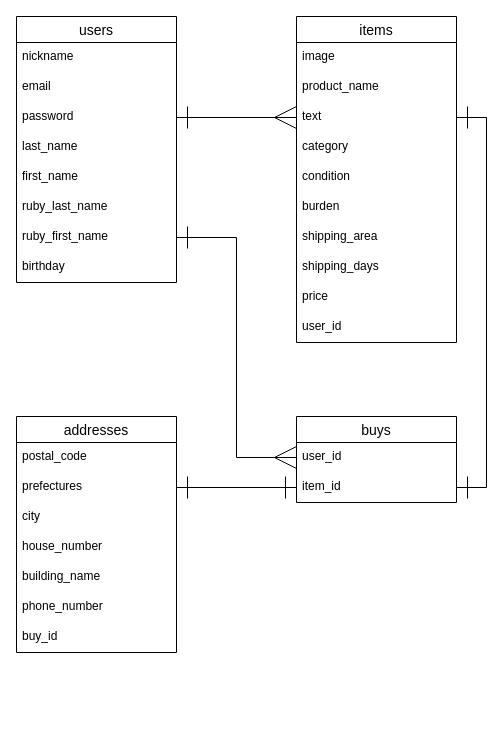
This is ER.dio from takuya-kun/furima-34798, a draw.io file, before an edit. Source tidied: cells renumbered, new cells numbered last; positions are measured from the earlier drawing's top-left corner, leaving out a move shared by most shapes. Both pictures are drawn from the tidied source at 100%, with x=0, y=0 at pixel (16, 16).
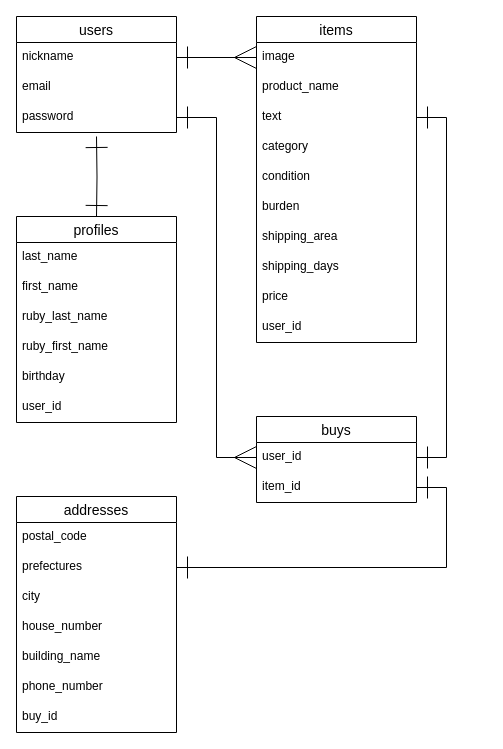
After the change.

Commit message (it also covers changes not shown here):
READMEにデータベース設計を記述

Unchanged cells that the change refers to:
```xml
<mxCell id="3" value="nickname" style="text;strokeColor=none;fillColor=none;spacingLeft=4;spacingRight=4;overflow=hidden;points=[[0,0.5],[1,0.5]];portConstraint=eastwest;fontSize=12;" parent="2" vertex="1">
  <mxGeometry y="26" width="160" height="30" as="geometry" />
</mxCell>
<mxCell id="5" value="password" style="text;strokeColor=none;fillColor=none;spacingLeft=4;spacingRight=4;overflow=hidden;points=[[0,0.5],[1,0.5]];portConstraint=eastwest;fontSize=12;" parent="2" vertex="1">
  <mxGeometry y="86" width="160" height="30" as="geometry" />
</mxCell>
<mxCell id="12" value="image" style="text;strokeColor=none;fillColor=none;spacingLeft=4;spacingRight=4;overflow=hidden;points=[[0,0.5],[1,0.5]];portConstraint=eastwest;fontSize=12;" parent="11" vertex="1">
  <mxGeometry y="26" width="160" height="30" as="geometry" />
</mxCell>
<mxCell id="14" value="text" style="text;strokeColor=none;fillColor=none;spacingLeft=4;spacingRight=4;overflow=hidden;points=[[0,0.5],[1,0.5]];portConstraint=eastwest;fontSize=12;" parent="11" vertex="1">
  <mxGeometry y="86" width="160" height="30" as="geometry" />
</mxCell>
<mxCell id="24" value="prefectures" style="text;strokeColor=none;fillColor=none;spacingLeft=4;spacingRight=4;overflow=hidden;points=[[0,0.5],[1,0.5]];portConstraint=eastwest;fontSize=12;" parent="22" vertex="1">
  <mxGeometry y="56" width="160" height="30" as="geometry" />
</mxCell>
<mxCell id="32" value="user_id" style="text;strokeColor=none;fillColor=none;spacingLeft=4;spacingRight=4;overflow=hidden;points=[[0,0.5],[1,0.5]];portConstraint=eastwest;fontSize=12;" parent="31" vertex="1">
  <mxGeometry y="26" width="160" height="30" as="geometry" />
</mxCell>
<mxCell id="33" value="item_id" style="text;strokeColor=none;fillColor=none;spacingLeft=4;spacingRight=4;overflow=hidden;points=[[0,0.5],[1,0.5]];portConstraint=eastwest;fontSize=12;" parent="31" vertex="1">
  <mxGeometry y="56" width="160" height="30" as="geometry" />
</mxCell>
```

Diff of the diagram source:
```diff
@@
     <mxCell id="2" value="users" style="swimlane;fontStyle=0;horizontal=1;startSize=26;align=center;fontSize=14;" parent="1" vertex="1">
-      <mxGeometry width="160" height="266" as="geometry" />
+      <mxGeometry width="160" height="116" as="geometry" />
     </mxCell>
@@
-    <mxCell id="6" value="last_name" style="text;strokeColor=none;fillColor=none;spacingLeft=4;spacingRight=4;overflow=hidden;fontSize=12;" parent="2" vertex="1">
-      <mxGeometry y="116" width="160" height="30" as="geometry" />
-    </mxCell>
-    <mxCell id="7" value="first_name" style="text;strokeColor=none;fillColor=none;spacingLeft=4;spacingRight=4;overflow=hidden;fontSize=12;" parent="2" vertex="1">
-      <mxGeometry y="146" width="160" height="30" as="geometry" />
-    </mxCell>
-    <mxCell id="8" value="ruby_last_name" style="text;strokeColor=none;fillColor=none;spacingLeft=4;spacingRight=4;overflow=hidden;fontSize=12;" parent="2" vertex="1">
-      <mxGeometry y="176" width="160" height="30" as="geometry" />
-    </mxCell>
-    <mxCell id="9" value="ruby_first_name" style="text;strokeColor=none;fillColor=none;spacingLeft=4;spacingRight=4;overflow=hidden;points=[[0,0.5],[1,0.5]];portConstraint=eastwest;fontSize=12;" parent="2" vertex="1">
-      <mxGeometry y="206" width="160" height="30" as="geometry" />
-    </mxCell>
-    <mxCell id="10" value="birthday" style="text;strokeColor=none;fillColor=none;spacingLeft=4;spacingRight=4;overflow=hidden;fontSize=12;" parent="2" vertex="1">
-      <mxGeometry y="236" width="160" height="30" as="geometry" />
-    </mxCell>
     <mxCell id="11" value="items" style="swimlane;fontStyle=0;horizontal=1;startSize=26;align=center;fontSize=14;" parent="1" vertex="1">
-      <mxGeometry x="280" width="160" height="326" as="geometry" />
+      <mxGeometry x="240" width="160" height="326" as="geometry" />
     </mxCell>
@@
     <mxCell id="22" value="addresses" style="swimlane;fontStyle=0;horizontal=1;startSize=26;align=center;fontSize=14;" parent="1" vertex="1">
-      <mxGeometry y="400" width="160" height="236" as="geometry" />
+      <mxGeometry y="480" width="160" height="236" as="geometry" />
     </mxCell>
@@
-    <mxCell id="30" style="edgeStyle=orthogonalEdgeStyle;rounded=0;jettySize=auto;html=1;exitX=1;exitY=0.5;exitDx=0;exitDy=0;entryX=0;entryY=0.5;entryDx=0;entryDy=0;startArrow=ERone;startFill=0;endArrow=ERmany;endFill=0;endSize=20;startSize=20;" parent="1" edge="1" source="5" target="14">
+    <mxCell id="30" style="edgeStyle=orthogonalEdgeStyle;rounded=0;jettySize=auto;html=1;entryX=0;entryY=0.5;entryDx=0;entryDy=0;startArrow=ERone;startFill=0;endArrow=ERmany;endFill=0;endSize=20;startSize=20;" parent="1" edge="1" source="3" target="12">
       <mxGeometry relative="1" as="geometry" />
     </mxCell>
     <mxCell id="31" value="buys" style="swimlane;fontStyle=0;horizontal=1;startSize=26;align=center;fontSize=14;" parent="1" vertex="1">
-      <mxGeometry x="280" y="400" width="160" height="86" as="geometry" />
+      <mxGeometry x="240" y="400" width="160" height="86" as="geometry" />
     </mxCell>
@@
-    <mxCell id="34" style="edgeStyle=orthogonalEdgeStyle;rounded=0;jettySize=auto;html=1;exitX=1;exitY=0.5;exitDx=0;exitDy=0;entryX=1;entryY=0.5;entryDx=0;entryDy=0;startArrow=ERone;startFill=0;startSize=20;endArrow=ERone;endFill=0;endSize=20;" parent="1" edge="1" source="14" target="33">
+    <mxCell id="34" style="edgeStyle=orthogonalEdgeStyle;rounded=0;jettySize=auto;html=1;exitX=1;exitY=0.5;exitDx=0;exitDy=0;entryX=1;entryY=0.5;entryDx=0;entryDy=0;startArrow=ERone;startFill=0;startSize=20;endArrow=ERone;endFill=0;endSize=20;" parent="1" edge="1" source="14" target="32">
       <mxGeometry relative="1" as="geometry" />
     </mxCell>
-    <mxCell id="35" style="edgeStyle=orthogonalEdgeStyle;rounded=0;jettySize=auto;html=1;exitX=1;exitY=0.5;exitDx=0;exitDy=0;entryX=0;entryY=0.5;entryDx=0;entryDy=0;startArrow=ERone;startFill=0;startSize=20;endArrow=ERmany;endFill=0;endSize=20;" parent="1" edge="1" source="9" target="32">
+    <mxCell id="35" style="edgeStyle=orthogonalEdgeStyle;rounded=0;jettySize=auto;html=1;entryX=0;entryY=0.5;entryDx=0;entryDy=0;startArrow=ERone;startFill=0;startSize=20;endArrow=ERmany;endFill=0;endSize=20;exitX=1;exitY=0.5;exitDx=0;exitDy=0;" parent="1" edge="1" source="5" target="32">
       <mxGeometry relative="1" as="geometry" />
     </mxCell>
-    <mxCell id="36" style="edgeStyle=orthogonalEdgeStyle;rounded=0;jettySize=auto;html=1;exitX=1;exitY=0.5;exitDx=0;exitDy=0;entryX=0;entryY=0.5;entryDx=0;entryDy=0;startArrow=ERone;startFill=0;startSize=20;endArrow=ERone;endFill=0;endSize=20;" parent="1" edge="1" source="24" target="33">
-      <mxGeometry relative="1" as="geometry" />
-    </mxCell>
+    <mxCell id="37" style="edgeStyle=orthogonalEdgeStyle;rounded=0;jettySize=auto;html=1;exitX=1;exitY=0.5;exitDx=0;exitDy=0;entryX=1;entryY=0.5;entryDx=0;entryDy=0;startArrow=ERone;startFill=0;startSize=20;endArrow=ERone;endFill=0;endSize=20;" parent="1" edge="1" source="33" target="24">
+      <mxGeometry relative="1" as="geometry" />
+    </mxCell>
+    <mxCell id="38" value="profiles" style="swimlane;fontStyle=0;horizontal=1;startSize=26;align=center;fontSize=14;" parent="1" vertex="1">
+      <mxGeometry y="200" width="160" height="206" as="geometry" />
+    </mxCell>
+    <mxCell id="6" value="last_name" style="text;strokeColor=none;fillColor=none;spacingLeft=4;spacingRight=4;overflow=hidden;fontSize=12;" parent="38" vertex="1">
+      <mxGeometry y="26" width="160" height="30" as="geometry" />
+    </mxCell>
+    <mxCell id="7" value="first_name" style="text;strokeColor=none;fillColor=none;spacingLeft=4;spacingRight=4;overflow=hidden;fontSize=12;" parent="38" vertex="1">
+      <mxGeometry y="56" width="160" height="30" as="geometry" />
+    </mxCell>
+    <mxCell id="8" value="ruby_last_name" style="text;strokeColor=none;fillColor=none;spacingLeft=4;spacingRight=4;overflow=hidden;fontSize=12;" parent="38" vertex="1">
+      <mxGeometry y="86" width="160" height="30" as="geometry" />
+    </mxCell>
+    <mxCell id="9" value="ruby_first_name" style="text;strokeColor=none;fillColor=none;spacingLeft=4;spacingRight=4;overflow=hidden;points=[[0,0.5],[1,0.5]];portConstraint=eastwest;fontSize=12;" parent="38" vertex="1">
+      <mxGeometry y="116" width="160" height="30" as="geometry" />
+    </mxCell>
+    <mxCell id="10" value="birthday" style="text;strokeColor=none;fillColor=none;spacingLeft=4;spacingRight=4;overflow=hidden;fontSize=12;" parent="38" vertex="1">
+      <mxGeometry y="146" width="160" height="30" as="geometry" />
+    </mxCell>
+    <mxCell id="39" value="user_id" style="text;strokeColor=none;fillColor=none;spacingLeft=4;spacingRight=4;overflow=hidden;fontSize=12;" parent="38" vertex="1">
+      <mxGeometry y="176" width="160" height="30" as="geometry" />
+    </mxCell>
+    <mxCell id="40" style="edgeStyle=orthogonalEdgeStyle;rounded=0;jettySize=auto;html=1;entryX=0.5;entryY=0;entryDx=0;entryDy=0;startArrow=ERone;startFill=0;startSize=20;endArrow=ERone;endFill=0;endSize=20;" parent="1" edge="1" target="38">
+      <mxGeometry relative="1" as="geometry">
+        <mxPoint x="80" y="120" as="sourcePoint" />
+      </mxGeometry>
+    </mxCell>
```
